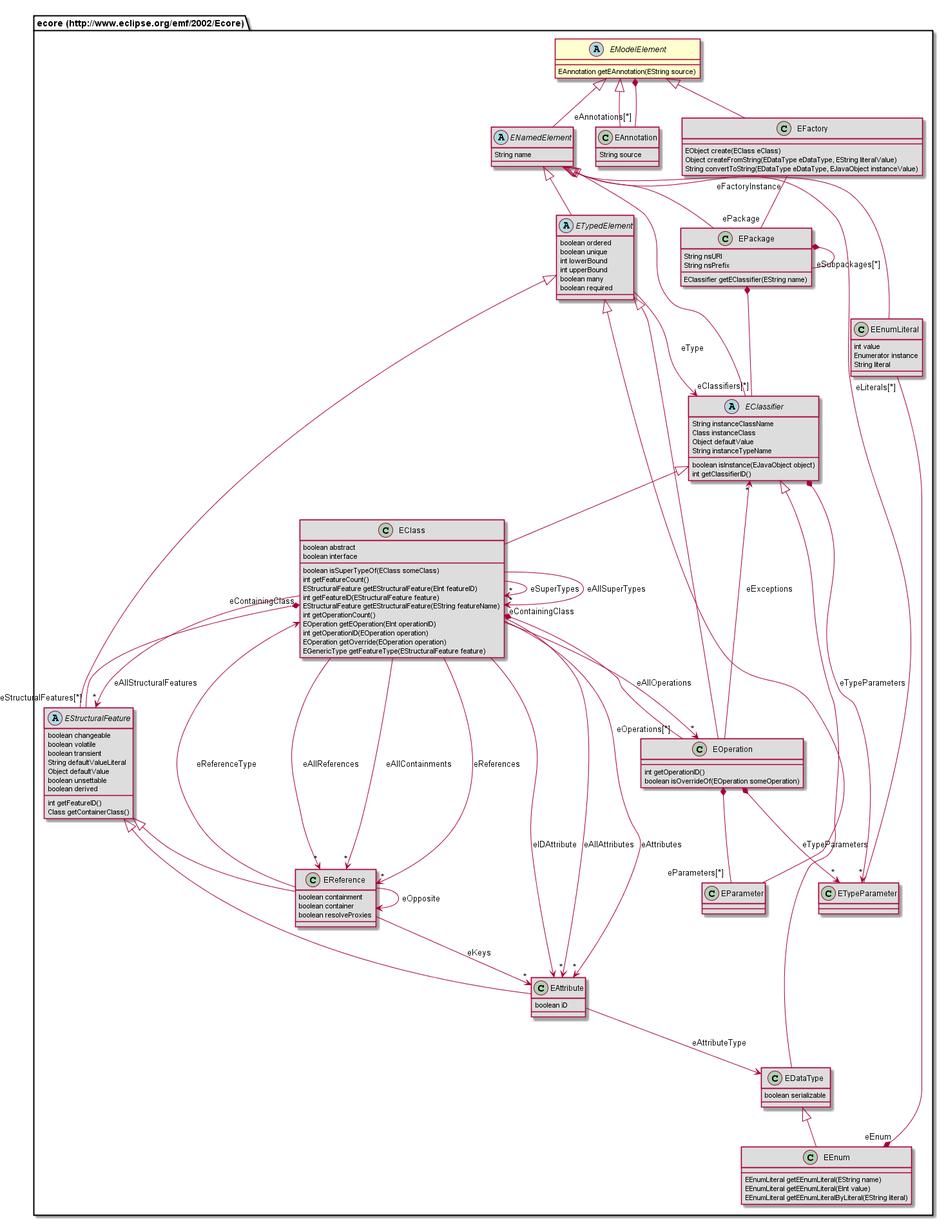
Before: org.nasdanika.codegen.editor/doc/model/687474703a2f2f7777772e65636c697073652e6f72672f656d662f323030322f45636f7265/EModelElement.png, a diagram exported from PlantUML (Nasdanika/codegen). The source it was exported from:
```plantuml
@startuml
abstract class "ecore (http://www.eclipse.org/emf/2002/Ecore).EModelElement" {
	EAnnotation getEAnnotation(EString source)
}
class "ecore (http://www.eclipse.org/emf/2002/Ecore).EAttribute" #DDDDDD {
	boolean iD
}
abstract class "ecore (http://www.eclipse.org/emf/2002/Ecore).EStructuralFeature" #DDDDDD {
	boolean changeable
	boolean volatile
	boolean transient
	String defaultValueLiteral
	Object defaultValue
	boolean unsettable
	boolean derived
	int getFeatureID()
	Class getContainerClass()
}
abstract class "ecore (http://www.eclipse.org/emf/2002/Ecore).ENamedElement" #DDDDDD {
	String name
}
class "ecore (http://www.eclipse.org/emf/2002/Ecore).ETypeParameter" #DDDDDD {
}
class "ecore (http://www.eclipse.org/emf/2002/Ecore).EEnumLiteral" #DDDDDD {
	int value
	Enumerator instance
	String literal
}
class "ecore (http://www.eclipse.org/emf/2002/Ecore).EOperation" #DDDDDD {
	int getOperationID()
	boolean isOverrideOf(EOperation someOperation)
}
class "ecore (http://www.eclipse.org/emf/2002/Ecore).EAnnotation" #DDDDDD {
	String source
}
class "ecore (http://www.eclipse.org/emf/2002/Ecore).EFactory" #DDDDDD {
	EObject create(EClass eClass)
	Object createFromString(EDataType eDataType, EString literalValue)
	String convertToString(EDataType eDataType, EJavaObject instanceValue)
}
class "ecore (http://www.eclipse.org/emf/2002/Ecore).EDataType" #DDDDDD {
	boolean serializable
}
class "ecore (http://www.eclipse.org/emf/2002/Ecore).EPackage" #DDDDDD {
	String nsURI
	String nsPrefix
	EClassifier getEClassifier(EString name)
}
class "ecore (http://www.eclipse.org/emf/2002/Ecore).EParameter" #DDDDDD {
}
class "ecore (http://www.eclipse.org/emf/2002/Ecore).EEnum" #DDDDDD {
	EEnumLiteral getEEnumLiteral(EString name)
	EEnumLiteral getEEnumLiteral(EInt value)
	EEnumLiteral getEEnumLiteralByLiteral(EString literal)
}
class "ecore (http://www.eclipse.org/emf/2002/Ecore).EReference" #DDDDDD {
	boolean containment
	boolean container
	boolean resolveProxies
}
class "ecore (http://www.eclipse.org/emf/2002/Ecore).EClass" #DDDDDD {
	boolean abstract
	boolean interface
	boolean isSuperTypeOf(EClass someClass)
	int getFeatureCount()
	EStructuralFeature getEStructuralFeature(EInt featureID)
	int getFeatureID(EStructuralFeature feature)
	EStructuralFeature getEStructuralFeature(EString featureName)
	int getOperationCount()
	EOperation getEOperation(EInt operationID)
	int getOperationID(EOperation operation)
	EOperation getOverride(EOperation operation)
	EGenericType getFeatureType(EStructuralFeature feature)
}
abstract class "ecore (http://www.eclipse.org/emf/2002/Ecore).ETypedElement" #DDDDDD {
	boolean ordered
	boolean unique
	int lowerBound
	int upperBound
	boolean many
	boolean required
}
abstract class "ecore (http://www.eclipse.org/emf/2002/Ecore).EClassifier" #DDDDDD {
	String instanceClassName
	Class instanceClass
	Object defaultValue
	String instanceTypeName
	boolean isInstance(EJavaObject object)
	int getClassifierID()
}
"ecore (http://www.eclipse.org/emf/2002/Ecore).EStructuralFeature" <|-- "ecore (http://www.eclipse.org/emf/2002/Ecore).EAttribute"
"ecore (http://www.eclipse.org/emf/2002/Ecore).ETypedElement" <|-- "ecore (http://www.eclipse.org/emf/2002/Ecore).EStructuralFeature"
"ecore (http://www.eclipse.org/emf/2002/Ecore).EModelElement" <|-- "ecore (http://www.eclipse.org/emf/2002/Ecore).ENamedElement"
"ecore (http://www.eclipse.org/emf/2002/Ecore).ENamedElement" <|-- "ecore (http://www.eclipse.org/emf/2002/Ecore).ETypeParameter"
"ecore (http://www.eclipse.org/emf/2002/Ecore).ENamedElement" <|-- "ecore (http://www.eclipse.org/emf/2002/Ecore).EEnumLiteral"
"ecore (http://www.eclipse.org/emf/2002/Ecore).ETypedElement" <|-- "ecore (http://www.eclipse.org/emf/2002/Ecore).EOperation"
"ecore (http://www.eclipse.org/emf/2002/Ecore).EModelElement" <|-- "ecore (http://www.eclipse.org/emf/2002/Ecore).EAnnotation"
"ecore (http://www.eclipse.org/emf/2002/Ecore).EModelElement" <|-- "ecore (http://www.eclipse.org/emf/2002/Ecore).EFactory"
"ecore (http://www.eclipse.org/emf/2002/Ecore).EClassifier" <|-- "ecore (http://www.eclipse.org/emf/2002/Ecore).EDataType"
"ecore (http://www.eclipse.org/emf/2002/Ecore).ENamedElement" <|-- "ecore (http://www.eclipse.org/emf/2002/Ecore).EPackage"
"ecore (http://www.eclipse.org/emf/2002/Ecore).ETypedElement" <|-- "ecore (http://www.eclipse.org/emf/2002/Ecore).EParameter"
"ecore (http://www.eclipse.org/emf/2002/Ecore).EDataType" <|-- "ecore (http://www.eclipse.org/emf/2002/Ecore).EEnum"
"ecore (http://www.eclipse.org/emf/2002/Ecore).EStructuralFeature" <|-- "ecore (http://www.eclipse.org/emf/2002/Ecore).EReference"
"ecore (http://www.eclipse.org/emf/2002/Ecore).EClassifier" <|-- "ecore (http://www.eclipse.org/emf/2002/Ecore).EClass"
"ecore (http://www.eclipse.org/emf/2002/Ecore).ENamedElement" <|-- "ecore (http://www.eclipse.org/emf/2002/Ecore).ETypedElement"
"ecore (http://www.eclipse.org/emf/2002/Ecore).ENamedElement" <|-- "ecore (http://www.eclipse.org/emf/2002/Ecore).EClassifier"
"ecore (http://www.eclipse.org/emf/2002/Ecore).EAttribute" --> "ecore (http://www.eclipse.org/emf/2002/Ecore).EDataType" : eAttributeType
"ecore (http://www.eclipse.org/emf/2002/Ecore).EStructuralFeature" "eStructuralFeatures[*]" --* "eContainingClass" "ecore (http://www.eclipse.org/emf/2002/Ecore).EClass"
"ecore (http://www.eclipse.org/emf/2002/Ecore).EModelElement" *-- "eAnnotations[*]" "ecore (http://www.eclipse.org/emf/2002/Ecore).EAnnotation"
"ecore (http://www.eclipse.org/emf/2002/Ecore).EEnumLiteral" "eLiterals[*]" --* "eEnum" "ecore (http://www.eclipse.org/emf/2002/Ecore).EEnum"
"ecore (http://www.eclipse.org/emf/2002/Ecore).EOperation" "eOperations[*]" --* "eContainingClass" "ecore (http://www.eclipse.org/emf/2002/Ecore).EClass"
"ecore (http://www.eclipse.org/emf/2002/Ecore).EOperation" *--> "*" "ecore (http://www.eclipse.org/emf/2002/Ecore).ETypeParameter" : eTypeParameters
"ecore (http://www.eclipse.org/emf/2002/Ecore).EOperation" *-- "eParameters[*]" "ecore (http://www.eclipse.org/emf/2002/Ecore).EParameter"
"ecore (http://www.eclipse.org/emf/2002/Ecore).EOperation" --> "*" "ecore (http://www.eclipse.org/emf/2002/Ecore).EClassifier" : eExceptions
"ecore (http://www.eclipse.org/emf/2002/Ecore).EFactory" "eFactoryInstance" -- "ePackage" "ecore (http://www.eclipse.org/emf/2002/Ecore).EPackage"
"ecore (http://www.eclipse.org/emf/2002/Ecore).EPackage" *-- "eClassifiers[*]" "ecore (http://www.eclipse.org/emf/2002/Ecore).EClassifier"
"ecore (http://www.eclipse.org/emf/2002/Ecore).EPackage" *-- "eSubpackages[*]" "ecore (http://www.eclipse.org/emf/2002/Ecore).EPackage"
"ecore (http://www.eclipse.org/emf/2002/Ecore).EReference" --> "ecore (http://www.eclipse.org/emf/2002/Ecore).EReference" : eOpposite
"ecore (http://www.eclipse.org/emf/2002/Ecore).EReference" --> "ecore (http://www.eclipse.org/emf/2002/Ecore).EClass" : eReferenceType
"ecore (http://www.eclipse.org/emf/2002/Ecore).EReference" --> "*" "ecore (http://www.eclipse.org/emf/2002/Ecore).EAttribute" : eKeys
"ecore (http://www.eclipse.org/emf/2002/Ecore).EClass" --> "*" "ecore (http://www.eclipse.org/emf/2002/Ecore).EClass" : eSuperTypes
"ecore (http://www.eclipse.org/emf/2002/Ecore).EClass" --> "*" "ecore (http://www.eclipse.org/emf/2002/Ecore).EAttribute" : eAllAttributes
"ecore (http://www.eclipse.org/emf/2002/Ecore).EClass" --> "*" "ecore (http://www.eclipse.org/emf/2002/Ecore).EReference" : eAllReferences
"ecore (http://www.eclipse.org/emf/2002/Ecore).EClass" --> "*" "ecore (http://www.eclipse.org/emf/2002/Ecore).EReference" : eReferences
"ecore (http://www.eclipse.org/emf/2002/Ecore).EClass" --> "*" "ecore (http://www.eclipse.org/emf/2002/Ecore).EAttribute" : eAttributes
"ecore (http://www.eclipse.org/emf/2002/Ecore).EClass" --> "*" "ecore (http://www.eclipse.org/emf/2002/Ecore).EReference" : eAllContainments
"ecore (http://www.eclipse.org/emf/2002/Ecore).EClass" --> "*" "ecore (http://www.eclipse.org/emf/2002/Ecore).EOperation" : eAllOperations
"ecore (http://www.eclipse.org/emf/2002/Ecore).EClass" --> "*" "ecore (http://www.eclipse.org/emf/2002/Ecore).EStructuralFeature" : eAllStructuralFeatures
"ecore (http://www.eclipse.org/emf/2002/Ecore).EClass" --> "*" "ecore (http://www.eclipse.org/emf/2002/Ecore).EClass" : eAllSuperTypes
"ecore (http://www.eclipse.org/emf/2002/Ecore).EClass" --> "ecore (http://www.eclipse.org/emf/2002/Ecore).EAttribute" : eIDAttribute
"ecore (http://www.eclipse.org/emf/2002/Ecore).ETypedElement" --> "ecore (http://www.eclipse.org/emf/2002/Ecore).EClassifier" : eType
"ecore (http://www.eclipse.org/emf/2002/Ecore).EClassifier" *--> "*" "ecore (http://www.eclipse.org/emf/2002/Ecore).ETypeParameter" : eTypeParameters
@enduml
```
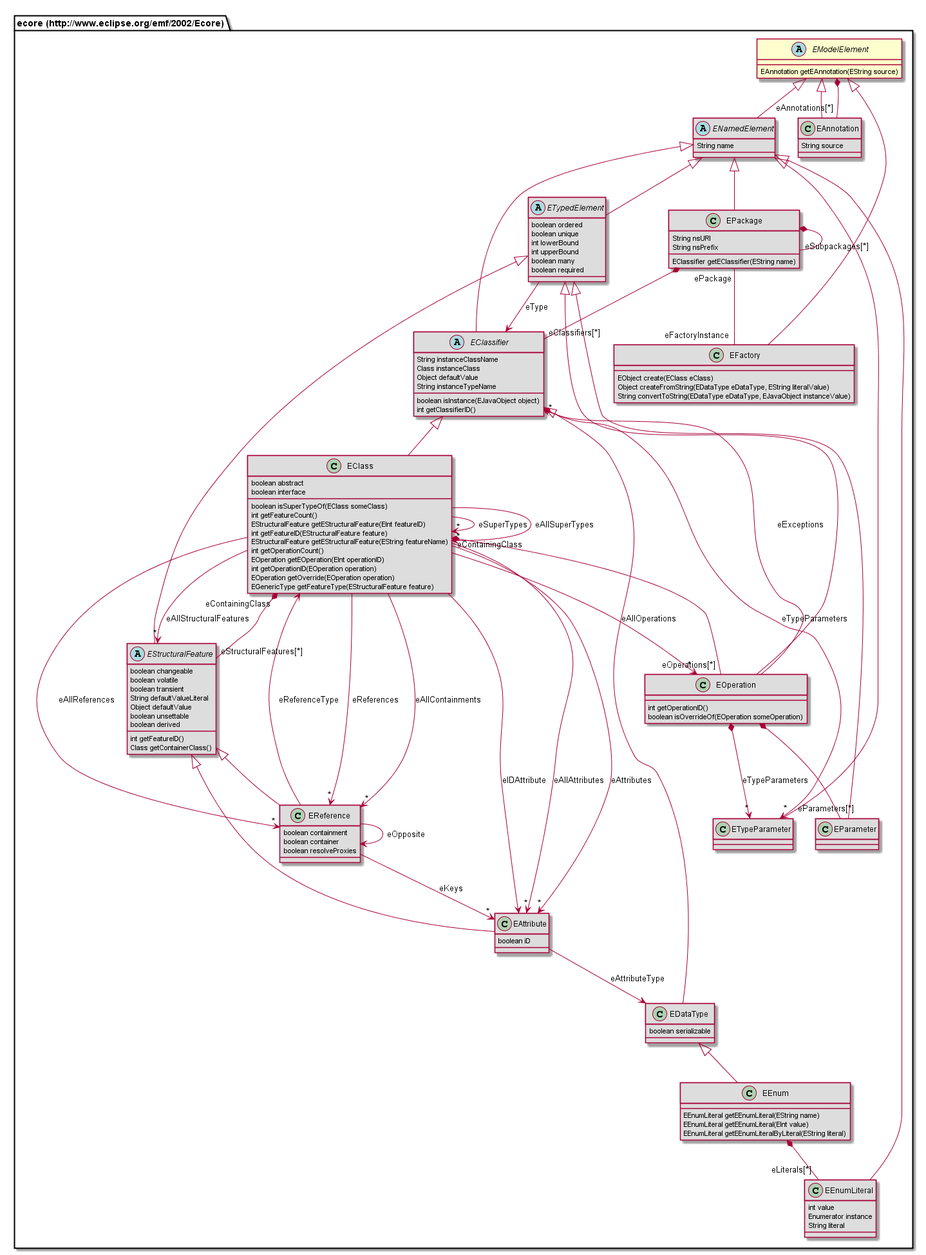
The same file after the commit.

Change to the diagram source:
```diff
@@ -2,8 +2,15 @@
 abstract class "ecore (http://www.eclipse.org/emf/2002/Ecore).EModelElement" {
 	EAnnotation getEAnnotation(EString source)
 }
-class "ecore (http://www.eclipse.org/emf/2002/Ecore).EAttribute" #DDDDDD {
-	boolean iD
+class "ecore (http://www.eclipse.org/emf/2002/Ecore).EReference" #DDDDDD {
+	boolean containment
+	boolean container
+	boolean resolveProxies
+}
+class "ecore (http://www.eclipse.org/emf/2002/Ecore).EEnum" #DDDDDD {
+	EEnumLiteral getEEnumLiteral(EString name)
+	EEnumLiteral getEEnumLiteral(EInt value)
+	EEnumLiteral getEEnumLiteralByLiteral(EString literal)
 }
 abstract class "ecore (http://www.eclipse.org/emf/2002/Ecore).EStructuralFeature" #DDDDDD {
 	boolean changeable
@@ -19,44 +26,51 @@
 abstract class "ecore (http://www.eclipse.org/emf/2002/Ecore).ENamedElement" #DDDDDD {
 	String name
 }
+class "ecore (http://www.eclipse.org/emf/2002/Ecore).EOperation" #DDDDDD {
+	int getOperationID()
+	boolean isOverrideOf(EOperation someOperation)
+}
+class "ecore (http://www.eclipse.org/emf/2002/Ecore).EPackage" #DDDDDD {
+	String nsURI
+	String nsPrefix
+	EClassifier getEClassifier(EString name)
+}
+abstract class "ecore (http://www.eclipse.org/emf/2002/Ecore).EClassifier" #DDDDDD {
+	String instanceClassName
+	Class instanceClass
+	Object defaultValue
+	String instanceTypeName
+	boolean isInstance(EJavaObject object)
+	int getClassifierID()
+}
+class "ecore (http://www.eclipse.org/emf/2002/Ecore).EAnnotation" #DDDDDD {
+	String source
+}
+class "ecore (http://www.eclipse.org/emf/2002/Ecore).EDataType" #DDDDDD {
+	boolean serializable
+}
 class "ecore (http://www.eclipse.org/emf/2002/Ecore).ETypeParameter" #DDDDDD {
+}
+class "ecore (http://www.eclipse.org/emf/2002/Ecore).EFactory" #DDDDDD {
+	EObject create(EClass eClass)
+	Object createFromString(EDataType eDataType, EString literalValue)
+	String convertToString(EDataType eDataType, EJavaObject instanceValue)
+}
+class "ecore (http://www.eclipse.org/emf/2002/Ecore).EAttribute" #DDDDDD {
+	boolean iD
 }
 class "ecore (http://www.eclipse.org/emf/2002/Ecore).EEnumLiteral" #DDDDDD {
 	int value
 	Enumerator instance
 	String literal
 }
-class "ecore (http://www.eclipse.org/emf/2002/Ecore).EOperation" #DDDDDD {
-	int getOperationID()
-	boolean isOverrideOf(EOperation someOperation)
-}
-class "ecore (http://www.eclipse.org/emf/2002/Ecore).EAnnotation" #DDDDDD {
-	String source
-}
-class "ecore (http://www.eclipse.org/emf/2002/Ecore).EFactory" #DDDDDD {
-	EObject create(EClass eClass)
-	Object createFromString(EDataType eDataType, EString literalValue)
-	String convertToString(EDataType eDataType, EJavaObject instanceValue)
-}
-class "ecore (http://www.eclipse.org/emf/2002/Ecore).EDataType" #DDDDDD {
-	boolean serializable
-}
-class "ecore (http://www.eclipse.org/emf/2002/Ecore).EPackage" #DDDDDD {
-	String nsURI
-	String nsPrefix
-	EClassifier getEClassifier(EString name)
-}
-class "ecore (http://www.eclipse.org/emf/2002/Ecore).EParameter" #DDDDDD {
-}
-class "ecore (http://www.eclipse.org/emf/2002/Ecore).EEnum" #DDDDDD {
-	EEnumLiteral getEEnumLiteral(EString name)
-	EEnumLiteral getEEnumLiteral(EInt value)
-	EEnumLiteral getEEnumLiteralByLiteral(EString literal)
-}
-class "ecore (http://www.eclipse.org/emf/2002/Ecore).EReference" #DDDDDD {
-	boolean containment
-	boolean container
-	boolean resolveProxies
+abstract class "ecore (http://www.eclipse.org/emf/2002/Ecore).ETypedElement" #DDDDDD {
+	boolean ordered
+	boolean unique
+	int lowerBound
+	int upperBound
+	boolean many
+	boolean required
 }
 class "ecore (http://www.eclipse.org/emf/2002/Ecore).EClass" #DDDDDD {
 	boolean abstract
@@ -72,52 +86,40 @@
 	EOperation getOverride(EOperation operation)
 	EGenericType getFeatureType(EStructuralFeature feature)
 }
-abstract class "ecore (http://www.eclipse.org/emf/2002/Ecore).ETypedElement" #DDDDDD {
-	boolean ordered
-	boolean unique
-	int lowerBound
-	int upperBound
-	boolean many
-	boolean required
+class "ecore (http://www.eclipse.org/emf/2002/Ecore).EParameter" #DDDDDD {
 }
-abstract class "ecore (http://www.eclipse.org/emf/2002/Ecore).EClassifier" #DDDDDD {
-	String instanceClassName
-	Class instanceClass
-	Object defaultValue
-	String instanceTypeName
-	boolean isInstance(EJavaObject object)
-	int getClassifierID()
-}
-"ecore (http://www.eclipse.org/emf/2002/Ecore).EStructuralFeature" <|-- "ecore (http://www.eclipse.org/emf/2002/Ecore).EAttribute"
+"ecore (http://www.eclipse.org/emf/2002/Ecore).EStructuralFeature" <|-- "ecore (http://www.eclipse.org/emf/2002/Ecore).EReference"
+"ecore (http://www.eclipse.org/emf/2002/Ecore).EDataType" <|-- "ecore (http://www.eclipse.org/emf/2002/Ecore).EEnum"
 "ecore (http://www.eclipse.org/emf/2002/Ecore).ETypedElement" <|-- "ecore (http://www.eclipse.org/emf/2002/Ecore).EStructuralFeature"
 "ecore (http://www.eclipse.org/emf/2002/Ecore).EModelElement" <|-- "ecore (http://www.eclipse.org/emf/2002/Ecore).ENamedElement"
+"ecore (http://www.eclipse.org/emf/2002/Ecore).ETypedElement" <|-- "ecore (http://www.eclipse.org/emf/2002/Ecore).EOperation"
+"ecore (http://www.eclipse.org/emf/2002/Ecore).ENamedElement" <|-- "ecore (http://www.eclipse.org/emf/2002/Ecore).EPackage"
+"ecore (http://www.eclipse.org/emf/2002/Ecore).ENamedElement" <|-- "ecore (http://www.eclipse.org/emf/2002/Ecore).EClassifier"
+"ecore (http://www.eclipse.org/emf/2002/Ecore).EModelElement" <|-- "ecore (http://www.eclipse.org/emf/2002/Ecore).EAnnotation"
+"ecore (http://www.eclipse.org/emf/2002/Ecore).EClassifier" <|-- "ecore (http://www.eclipse.org/emf/2002/Ecore).EDataType"
 "ecore (http://www.eclipse.org/emf/2002/Ecore).ENamedElement" <|-- "ecore (http://www.eclipse.org/emf/2002/Ecore).ETypeParameter"
+"ecore (http://www.eclipse.org/emf/2002/Ecore).EModelElement" <|-- "ecore (http://www.eclipse.org/emf/2002/Ecore).EFactory"
+"ecore (http://www.eclipse.org/emf/2002/Ecore).EStructuralFeature" <|-- "ecore (http://www.eclipse.org/emf/2002/Ecore).EAttribute"
 "ecore (http://www.eclipse.org/emf/2002/Ecore).ENamedElement" <|-- "ecore (http://www.eclipse.org/emf/2002/Ecore).EEnumLiteral"
-"ecore (http://www.eclipse.org/emf/2002/Ecore).ETypedElement" <|-- "ecore (http://www.eclipse.org/emf/2002/Ecore).EOperation"
-"ecore (http://www.eclipse.org/emf/2002/Ecore).EModelElement" <|-- "ecore (http://www.eclipse.org/emf/2002/Ecore).EAnnotation"
-"ecore (http://www.eclipse.org/emf/2002/Ecore).EModelElement" <|-- "ecore (http://www.eclipse.org/emf/2002/Ecore).EFactory"
-"ecore (http://www.eclipse.org/emf/2002/Ecore).EClassifier" <|-- "ecore (http://www.eclipse.org/emf/2002/Ecore).EDataType"
-"ecore (http://www.eclipse.org/emf/2002/Ecore).ENamedElement" <|-- "ecore (http://www.eclipse.org/emf/2002/Ecore).EPackage"
+"ecore (http://www.eclipse.org/emf/2002/Ecore).ENamedElement" <|-- "ecore (http://www.eclipse.org/emf/2002/Ecore).ETypedElement"
+"ecore (http://www.eclipse.org/emf/2002/Ecore).EClassifier" <|-- "ecore (http://www.eclipse.org/emf/2002/Ecore).EClass"
 "ecore (http://www.eclipse.org/emf/2002/Ecore).ETypedElement" <|-- "ecore (http://www.eclipse.org/emf/2002/Ecore).EParameter"
-"ecore (http://www.eclipse.org/emf/2002/Ecore).EDataType" <|-- "ecore (http://www.eclipse.org/emf/2002/Ecore).EEnum"
-"ecore (http://www.eclipse.org/emf/2002/Ecore).EStructuralFeature" <|-- "ecore (http://www.eclipse.org/emf/2002/Ecore).EReference"
-"ecore (http://www.eclipse.org/emf/2002/Ecore).EClassifier" <|-- "ecore (http://www.eclipse.org/emf/2002/Ecore).EClass"
-"ecore (http://www.eclipse.org/emf/2002/Ecore).ENamedElement" <|-- "ecore (http://www.eclipse.org/emf/2002/Ecore).ETypedElement"
-"ecore (http://www.eclipse.org/emf/2002/Ecore).ENamedElement" <|-- "ecore (http://www.eclipse.org/emf/2002/Ecore).EClassifier"
-"ecore (http://www.eclipse.org/emf/2002/Ecore).EAttribute" --> "ecore (http://www.eclipse.org/emf/2002/Ecore).EDataType" : eAttributeType
+"ecore (http://www.eclipse.org/emf/2002/Ecore).EReference" --> "ecore (http://www.eclipse.org/emf/2002/Ecore).EReference" : eOpposite
+"ecore (http://www.eclipse.org/emf/2002/Ecore).EReference" --> "ecore (http://www.eclipse.org/emf/2002/Ecore).EClass" : eReferenceType
+"ecore (http://www.eclipse.org/emf/2002/Ecore).EReference" --> "*" "ecore (http://www.eclipse.org/emf/2002/Ecore).EAttribute" : eKeys
+"ecore (http://www.eclipse.org/emf/2002/Ecore).EEnum" *-- "eLiterals[*]" "ecore (http://www.eclipse.org/emf/2002/Ecore).EEnumLiteral"
 "ecore (http://www.eclipse.org/emf/2002/Ecore).EStructuralFeature" "eStructuralFeatures[*]" --* "eContainingClass" "ecore (http://www.eclipse.org/emf/2002/Ecore).EClass"
 "ecore (http://www.eclipse.org/emf/2002/Ecore).EModelElement" *-- "eAnnotations[*]" "ecore (http://www.eclipse.org/emf/2002/Ecore).EAnnotation"
-"ecore (http://www.eclipse.org/emf/2002/Ecore).EEnumLiteral" "eLiterals[*]" --* "eEnum" "ecore (http://www.eclipse.org/emf/2002/Ecore).EEnum"
 "ecore (http://www.eclipse.org/emf/2002/Ecore).EOperation" "eOperations[*]" --* "eContainingClass" "ecore (http://www.eclipse.org/emf/2002/Ecore).EClass"
 "ecore (http://www.eclipse.org/emf/2002/Ecore).EOperation" *--> "*" "ecore (http://www.eclipse.org/emf/2002/Ecore).ETypeParameter" : eTypeParameters
 "ecore (http://www.eclipse.org/emf/2002/Ecore).EOperation" *-- "eParameters[*]" "ecore (http://www.eclipse.org/emf/2002/Ecore).EParameter"
 "ecore (http://www.eclipse.org/emf/2002/Ecore).EOperation" --> "*" "ecore (http://www.eclipse.org/emf/2002/Ecore).EClassifier" : eExceptions
-"ecore (http://www.eclipse.org/emf/2002/Ecore).EFactory" "eFactoryInstance" -- "ePackage" "ecore (http://www.eclipse.org/emf/2002/Ecore).EPackage"
+"ecore (http://www.eclipse.org/emf/2002/Ecore).EPackage" "ePackage" -- "eFactoryInstance" "ecore (http://www.eclipse.org/emf/2002/Ecore).EFactory"
 "ecore (http://www.eclipse.org/emf/2002/Ecore).EPackage" *-- "eClassifiers[*]" "ecore (http://www.eclipse.org/emf/2002/Ecore).EClassifier"
 "ecore (http://www.eclipse.org/emf/2002/Ecore).EPackage" *-- "eSubpackages[*]" "ecore (http://www.eclipse.org/emf/2002/Ecore).EPackage"
-"ecore (http://www.eclipse.org/emf/2002/Ecore).EReference" --> "ecore (http://www.eclipse.org/emf/2002/Ecore).EReference" : eOpposite
-"ecore (http://www.eclipse.org/emf/2002/Ecore).EReference" --> "ecore (http://www.eclipse.org/emf/2002/Ecore).EClass" : eReferenceType
-"ecore (http://www.eclipse.org/emf/2002/Ecore).EReference" --> "*" "ecore (http://www.eclipse.org/emf/2002/Ecore).EAttribute" : eKeys
+"ecore (http://www.eclipse.org/emf/2002/Ecore).EClassifier" *--> "*" "ecore (http://www.eclipse.org/emf/2002/Ecore).ETypeParameter" : eTypeParameters
+"ecore (http://www.eclipse.org/emf/2002/Ecore).EAttribute" --> "ecore (http://www.eclipse.org/emf/2002/Ecore).EDataType" : eAttributeType
+"ecore (http://www.eclipse.org/emf/2002/Ecore).ETypedElement" --> "ecore (http://www.eclipse.org/emf/2002/Ecore).EClassifier" : eType
 "ecore (http://www.eclipse.org/emf/2002/Ecore).EClass" --> "*" "ecore (http://www.eclipse.org/emf/2002/Ecore).EClass" : eSuperTypes
 "ecore (http://www.eclipse.org/emf/2002/Ecore).EClass" --> "*" "ecore (http://www.eclipse.org/emf/2002/Ecore).EAttribute" : eAllAttributes
 "ecore (http://www.eclipse.org/emf/2002/Ecore).EClass" --> "*" "ecore (http://www.eclipse.org/emf/2002/Ecore).EReference" : eAllReferences
@@ -128,6 +130,4 @@
 "ecore (http://www.eclipse.org/emf/2002/Ecore).EClass" --> "*" "ecore (http://www.eclipse.org/emf/2002/Ecore).EStructuralFeature" : eAllStructuralFeatures
 "ecore (http://www.eclipse.org/emf/2002/Ecore).EClass" --> "*" "ecore (http://www.eclipse.org/emf/2002/Ecore).EClass" : eAllSuperTypes
 "ecore (http://www.eclipse.org/emf/2002/Ecore).EClass" --> "ecore (http://www.eclipse.org/emf/2002/Ecore).EAttribute" : eIDAttribute
-"ecore (http://www.eclipse.org/emf/2002/Ecore).ETypedElement" --> "ecore (http://www.eclipse.org/emf/2002/Ecore).EClassifier" : eType
-"ecore (http://www.eclipse.org/emf/2002/Ecore).EClassifier" *--> "*" "ecore (http://www.eclipse.org/emf/2002/Ecore).ETypeParameter" : eTypeParameters
 @enduml
```
